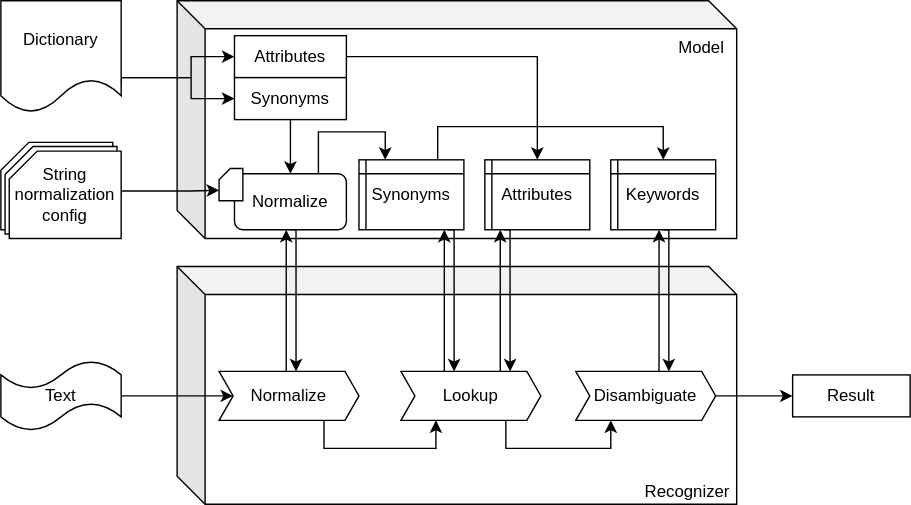
This is misc/pilsner-diagram.svg from pgolo/pilsner, a draw.io export, as it was before one commit. Source tidied: cells renumbered, new cells last; positions are measured from the earlier drawing's top-left corner, leaving out a move shared by most shapes. The source it was exported from:
```xml
<mxGraphModel>
  <root>
    <mxCell id="0" />
    <mxCell id="1" parent="0" />
    <mxCell id="2" value="&lt;br&gt;" style="shape=card;whiteSpace=wrap;html=1;size=20;shadow=0;" parent="1" vertex="1">
      <mxGeometry y="101.2" width="80" height="62.5" as="geometry" />
    </mxCell>
    <mxCell id="3" value="&lt;br&gt;" style="shape=card;whiteSpace=wrap;html=1;size=20;shadow=0;" parent="1" vertex="1">
      <mxGeometry x="3" y="104.2" width="80" height="62.5" as="geometry" />
    </mxCell>
    <mxCell id="4" value="&lt;div style=&quot;text-align: justify&quot;&gt;Model&lt;/div&gt;" style="shape=cube;whiteSpace=wrap;html=1;boundedLbl=1;backgroundOutline=1;darkOpacity=0.05;darkOpacity2=0.1;align=center;labelPosition=center;verticalLabelPosition=middle;verticalAlign=top;shadow=0;spacingLeft=330;" parent="1" vertex="1">
      <mxGeometry x="126" width="400" height="170" as="geometry" />
    </mxCell>
    <mxCell id="5" value="Recognizer" style="shape=cube;whiteSpace=wrap;html=1;boundedLbl=1;backgroundOutline=1;darkOpacity=0.05;darkOpacity2=0.1;align=center;horizontal=1;labelPosition=center;verticalLabelPosition=middle;verticalAlign=bottom;spacingTop=0;labelBackgroundColor=none;labelBorderColor=none;shadow=0;spacingLeft=310;" parent="1" vertex="1">
      <mxGeometry x="126" y="190" width="400" height="170" as="geometry" />
    </mxCell>
    <mxCell id="6" style="edgeStyle=orthogonalEdgeStyle;rounded=0;jettySize=auto;html=1;exitX=0.75;exitY=0;exitDx=0;exitDy=0;entryX=0.25;entryY=0;entryDx=0;entryDy=0;shadow=0;" parent="1" edge="1" source="8" target="21">
      <mxGeometry relative="1" as="geometry" />
    </mxCell>
    <mxCell id="7" style="edgeStyle=orthogonalEdgeStyle;rounded=0;orthogonalLoop=1;jettySize=auto;html=1;exitX=0.75;exitY=1;exitDx=0;exitDy=0;entryX=0.75;entryY=0;entryDx=0;entryDy=0;shadow=0;" parent="1" edge="1">
      <mxGeometry relative="1" as="geometry">
        <mxPoint x="207" y="163.8" as="sourcePoint" />
        <mxPoint x="211" y="265" as="targetPoint" />
        <Array as="points">
          <mxPoint x="211" y="164" />
        </Array>
      </mxGeometry>
    </mxCell>
    <mxCell id="8" value="Normalize" style="rounded=1;whiteSpace=wrap;html=1;shadow=0;" parent="1" vertex="1">
      <mxGeometry x="167" y="123.8" width="80" height="40" as="geometry" />
    </mxCell>
    <mxCell id="9" style="edgeStyle=orthogonalEdgeStyle;rounded=0;jettySize=auto;html=1;exitX=1;exitY=0.75;exitDx=0;exitDy=0;entryX=0;entryY=0.5;entryDx=0;entryDy=0;shadow=0;" parent="1" edge="1" source="11" target="16">
      <mxGeometry relative="1" as="geometry">
        <Array as="points">
          <mxPoint x="86" y="55" />
          <mxPoint x="136" y="55" />
          <mxPoint x="136" y="70" />
        </Array>
      </mxGeometry>
    </mxCell>
    <mxCell id="10" style="edgeStyle=orthogonalEdgeStyle;rounded=0;jettySize=auto;html=1;exitX=1;exitY=0.75;exitDx=0;exitDy=0;entryX=0;entryY=0.5;entryDx=0;entryDy=0;shadow=0;" parent="1" edge="1" source="11" target="14">
      <mxGeometry relative="1" as="geometry">
        <Array as="points">
          <mxPoint x="86" y="55" />
          <mxPoint x="136" y="55" />
          <mxPoint x="136" y="40" />
        </Array>
      </mxGeometry>
    </mxCell>
    <mxCell id="11" value="Dictionary" style="shape=document;whiteSpace=wrap;html=1;boundedLbl=1;shadow=0;" parent="1" vertex="1">
      <mxGeometry width="86" height="80" as="geometry" />
    </mxCell>
    <mxCell id="12" style="edgeStyle=orthogonalEdgeStyle;rounded=0;jettySize=auto;html=1;exitX=1;exitY=0.5;exitDx=0;exitDy=0;exitPerimeter=0;entryX=0;entryY=0;entryDx=0;entryDy=15.5;entryPerimeter=0;shadow=0;" parent="1" edge="1" source="13" target="19">
      <mxGeometry relative="1" as="geometry">
        <Array as="points">
          <mxPoint x="86" y="136" />
          <mxPoint x="136" y="136" />
        </Array>
      </mxGeometry>
    </mxCell>
    <mxCell id="13" value="String normalization config" style="shape=card;whiteSpace=wrap;html=1;size=20;shadow=0;" parent="1" vertex="1">
      <mxGeometry x="6" y="107.5" width="80" height="62.5" as="geometry" />
    </mxCell>
    <mxCell id="14" value="Attributes" style="rounded=0;whiteSpace=wrap;html=1;shadow=0;" parent="1" vertex="1">
      <mxGeometry x="167" y="25" width="80" height="30" as="geometry" />
    </mxCell>
    <mxCell id="15" style="edgeStyle=orthogonalEdgeStyle;rounded=0;jettySize=auto;html=1;exitX=0.5;exitY=1;exitDx=0;exitDy=0;shadow=0;" parent="1" edge="1" source="16" target="8">
      <mxGeometry relative="1" as="geometry" />
    </mxCell>
    <mxCell id="16" value="Synonyms" style="rounded=0;whiteSpace=wrap;html=1;shadow=0;" parent="1" vertex="1">
      <mxGeometry x="167" y="55" width="80" height="30" as="geometry" />
    </mxCell>
    <mxCell id="17" style="edgeStyle=orthogonalEdgeStyle;rounded=0;jettySize=auto;html=1;exitX=1;exitY=0.5;exitDx=0;exitDy=0;exitPerimeter=0;entryX=0;entryY=0.5;entryDx=0;entryDy=0;shadow=0;" parent="1" edge="1" source="18" target="25">
      <mxGeometry relative="1" as="geometry" />
    </mxCell>
    <mxCell id="18" value="Text" style="shape=tape;whiteSpace=wrap;html=1;shadow=0;" parent="1" vertex="1">
      <mxGeometry y="257.5" width="86" height="50" as="geometry" />
    </mxCell>
    <mxCell id="19" style="shape=card;whiteSpace=wrap;html=1;size=8;shadow=0;" parent="1" vertex="1">
      <mxGeometry x="156" y="120" width="17" height="23" as="geometry" />
    </mxCell>
    <mxCell id="20" style="edgeStyle=orthogonalEdgeStyle;jettySize=auto;html=1;exitX=0.75;exitY=0;exitDx=0;exitDy=0;entryX=0.5;entryY=0;entryDx=0;entryDy=0;rounded=0;shadow=0;" parent="1" edge="1" source="21" target="22">
      <mxGeometry relative="1" as="geometry">
        <Array as="points">
          <mxPoint x="312" y="90" />
          <mxPoint x="474" y="90" />
        </Array>
      </mxGeometry>
    </mxCell>
    <mxCell id="21" value="Synonyms" style="shape=internalStorage;whiteSpace=wrap;html=1;backgroundOutline=1;dx=5;dy=10;shadow=0;" parent="1" vertex="1">
      <mxGeometry x="256" y="113.8" width="75" height="50" as="geometry" />
    </mxCell>
    <mxCell id="22" value="Keywords" style="shape=internalStorage;whiteSpace=wrap;html=1;backgroundOutline=1;dx=5;dy=10;shadow=0;" parent="1" vertex="1">
      <mxGeometry x="436" y="113.8" width="75" height="50" as="geometry" />
    </mxCell>
    <mxCell id="23" style="edgeStyle=orthogonalEdgeStyle;rounded=0;jettySize=auto;html=1;exitX=0.75;exitY=1;exitDx=0;exitDy=0;entryX=0.25;entryY=1;entryDx=0;entryDy=0;shadow=0;" parent="1" edge="1" source="25" target="27">
      <mxGeometry relative="1" as="geometry" />
    </mxCell>
    <mxCell id="24" style="edgeStyle=orthogonalEdgeStyle;rounded=0;orthogonalLoop=1;jettySize=auto;html=1;exitX=0.5;exitY=0;exitDx=0;exitDy=0;entryX=0.5;entryY=1;entryDx=0;entryDy=0;shadow=0;" parent="1" edge="1">
      <mxGeometry relative="1" as="geometry">
        <mxPoint x="203" y="265" as="sourcePoint" />
        <mxPoint x="204" y="163.8" as="targetPoint" />
        <Array as="points">
          <mxPoint x="204" y="265" />
        </Array>
      </mxGeometry>
    </mxCell>
    <mxCell id="25" value="Normalize" style="shape=step;perimeter=stepPerimeter;whiteSpace=wrap;html=1;fixedSize=1;size=10;shadow=0;" parent="1" vertex="1">
      <mxGeometry x="156" y="265" width="100" height="35" as="geometry" />
    </mxCell>
    <mxCell id="26" style="edgeStyle=orthogonalEdgeStyle;rounded=0;jettySize=auto;html=1;exitX=0.75;exitY=1;exitDx=0;exitDy=0;entryX=0.25;entryY=1;entryDx=0;entryDy=0;shadow=0;" parent="1" edge="1" source="27" target="29">
      <mxGeometry relative="1" as="geometry" />
    </mxCell>
    <mxCell id="27" value="Lookup" style="shape=step;perimeter=stepPerimeter;whiteSpace=wrap;html=1;fixedSize=1;size=10;shadow=0;" parent="1" vertex="1">
      <mxGeometry x="286" y="265" width="100" height="35" as="geometry" />
    </mxCell>
    <mxCell id="28" style="edgeStyle=orthogonalEdgeStyle;rounded=0;jettySize=auto;html=1;exitX=1;exitY=0.5;exitDx=0;exitDy=0;entryX=0;entryY=0.5;entryDx=0;entryDy=0;shadow=0;" parent="1" edge="1" source="29" target="31">
      <mxGeometry relative="1" as="geometry" />
    </mxCell>
    <mxCell id="29" value="Disambiguate" style="shape=step;perimeter=stepPerimeter;whiteSpace=wrap;html=1;fixedSize=1;size=10;shadow=0;" parent="1" vertex="1">
      <mxGeometry x="411" y="265" width="100" height="35" as="geometry" />
    </mxCell>
    <mxCell id="30" value="Attributes" style="shape=internalStorage;whiteSpace=wrap;html=1;backgroundOutline=1;dx=5;dy=10;shadow=0;" parent="1" vertex="1">
      <mxGeometry x="346" y="113.8" width="75" height="50" as="geometry" />
    </mxCell>
    <mxCell id="31" value="Result" style="rounded=0;whiteSpace=wrap;html=1;labelBackgroundColor=none;shadow=0;" parent="1" vertex="1">
      <mxGeometry x="566" y="267.5" width="84" height="30" as="geometry" />
    </mxCell>
    <mxCell id="32" style="edgeStyle=orthogonalEdgeStyle;rounded=0;jettySize=auto;html=1;exitX=1;exitY=0.5;exitDx=0;exitDy=0;entryX=0.5;entryY=0;entryDx=0;entryDy=0;shadow=0;" parent="1" edge="1" source="14" target="30">
      <mxGeometry relative="1" as="geometry" />
    </mxCell>
    <mxCell id="33" style="edgeStyle=orthogonalEdgeStyle;rounded=0;orthogonalLoop=1;jettySize=auto;html=1;exitX=0.75;exitY=1;exitDx=0;exitDy=0;entryX=0.75;entryY=0;entryDx=0;entryDy=0;shadow=0;" parent="1" edge="1">
      <mxGeometry relative="1" as="geometry">
        <mxPoint x="320" y="163.8" as="sourcePoint" />
        <mxPoint x="324" y="265" as="targetPoint" />
        <Array as="points">
          <mxPoint x="324" y="164" />
        </Array>
      </mxGeometry>
    </mxCell>
    <mxCell id="34" style="edgeStyle=orthogonalEdgeStyle;rounded=0;orthogonalLoop=1;jettySize=auto;html=1;exitX=0.5;exitY=0;exitDx=0;exitDy=0;entryX=0.5;entryY=1;entryDx=0;entryDy=0;shadow=0;" parent="1" edge="1">
      <mxGeometry relative="1" as="geometry">
        <mxPoint x="316" y="265" as="sourcePoint" />
        <mxPoint x="317" y="163.8" as="targetPoint" />
        <Array as="points">
          <mxPoint x="317" y="265" />
        </Array>
      </mxGeometry>
    </mxCell>
    <mxCell id="35" style="edgeStyle=orthogonalEdgeStyle;rounded=0;orthogonalLoop=1;jettySize=auto;html=1;exitX=0.75;exitY=1;exitDx=0;exitDy=0;entryX=0.75;entryY=0;entryDx=0;entryDy=0;shadow=0;" parent="1" edge="1">
      <mxGeometry relative="1" as="geometry">
        <mxPoint x="360" y="163.8" as="sourcePoint" />
        <mxPoint x="364" y="265" as="targetPoint" />
        <Array as="points">
          <mxPoint x="364" y="164" />
        </Array>
      </mxGeometry>
    </mxCell>
    <mxCell id="36" style="edgeStyle=orthogonalEdgeStyle;rounded=0;orthogonalLoop=1;jettySize=auto;html=1;exitX=0.5;exitY=0;exitDx=0;exitDy=0;entryX=0.5;entryY=1;entryDx=0;entryDy=0;shadow=0;" parent="1" edge="1">
      <mxGeometry relative="1" as="geometry">
        <mxPoint x="356" y="265" as="sourcePoint" />
        <mxPoint x="357" y="163.8" as="targetPoint" />
        <Array as="points">
          <mxPoint x="357" y="265" />
        </Array>
      </mxGeometry>
    </mxCell>
    <mxCell id="37" style="edgeStyle=orthogonalEdgeStyle;rounded=0;orthogonalLoop=1;jettySize=auto;html=1;exitX=0.75;exitY=1;exitDx=0;exitDy=0;entryX=0.75;entryY=0;entryDx=0;entryDy=0;shadow=0;" parent="1" edge="1">
      <mxGeometry relative="1" as="geometry">
        <mxPoint x="473.5" y="163.8" as="sourcePoint" />
        <mxPoint x="477.5" y="265" as="targetPoint" />
        <Array as="points">
          <mxPoint x="477.5" y="164" />
        </Array>
      </mxGeometry>
    </mxCell>
    <mxCell id="38" style="edgeStyle=orthogonalEdgeStyle;rounded=0;orthogonalLoop=1;jettySize=auto;html=1;exitX=0.5;exitY=0;exitDx=0;exitDy=0;entryX=0.5;entryY=1;entryDx=0;entryDy=0;shadow=0;" parent="1" edge="1">
      <mxGeometry relative="1" as="geometry">
        <mxPoint x="469.5" y="265" as="sourcePoint" />
        <mxPoint x="470.5" y="163.8" as="targetPoint" />
        <Array as="points">
          <mxPoint x="470.5" y="265" />
        </Array>
      </mxGeometry>
    </mxCell>
  </root>
</mxGraphModel>
```
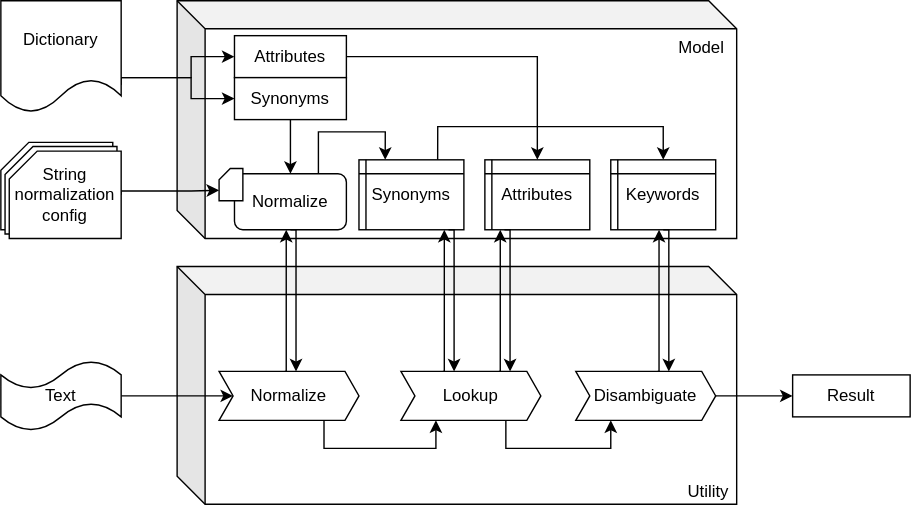
After the commit.

Commit message:
renamed Recognizer to Utility

The edit, as a diff of the source:
```diff
@@ -11,7 +11,7 @@
     <mxCell id="4" value="&lt;div style=&quot;text-align: justify&quot;&gt;Model&lt;/div&gt;" style="shape=cube;whiteSpace=wrap;html=1;boundedLbl=1;backgroundOutline=1;darkOpacity=0.05;darkOpacity2=0.1;align=center;labelPosition=center;verticalLabelPosition=middle;verticalAlign=top;shadow=0;spacingLeft=330;" parent="1" vertex="1">
       <mxGeometry x="126" width="400" height="170" as="geometry" />
     </mxCell>
-    <mxCell id="5" value="Recognizer" style="shape=cube;whiteSpace=wrap;html=1;boundedLbl=1;backgroundOutline=1;darkOpacity=0.05;darkOpacity2=0.1;align=center;horizontal=1;labelPosition=center;verticalLabelPosition=middle;verticalAlign=bottom;spacingTop=0;labelBackgroundColor=none;labelBorderColor=none;shadow=0;spacingLeft=310;" parent="1" vertex="1">
+    <mxCell id="5" value="Utility" style="shape=cube;whiteSpace=wrap;html=1;boundedLbl=1;backgroundOutline=1;darkOpacity=0.05;darkOpacity2=0.1;align=center;horizontal=1;labelPosition=center;verticalLabelPosition=middle;verticalAlign=bottom;spacingTop=0;labelBackgroundColor=none;labelBorderColor=none;shadow=0;spacingLeft=340;" parent="1" vertex="1">
       <mxGeometry x="126" y="190" width="400" height="170" as="geometry" />
     </mxCell>
     <mxCell id="6" style="edgeStyle=orthogonalEdgeStyle;rounded=0;jettySize=auto;html=1;exitX=0.75;exitY=0;exitDx=0;exitDy=0;entryX=0.25;entryY=0;entryDx=0;entryDy=0;shadow=0;" parent="1" edge="1" source="8" target="21">
```
